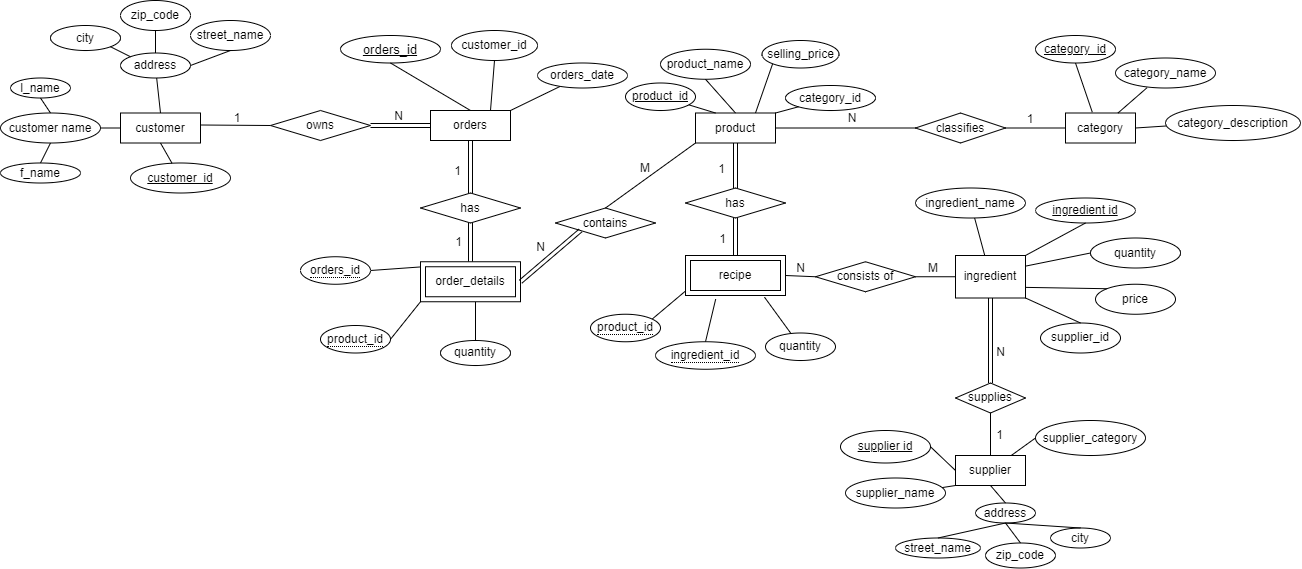
This is Docs/ERM Diagramm.png from DHBW-Database-Project/Project-Smoothies, a draw.io export, as it was before one commit. Source tidied: cells renumbered, new cells last; positions are measured from the earlier drawing's top-left corner, leaving out a move shared by most shapes.
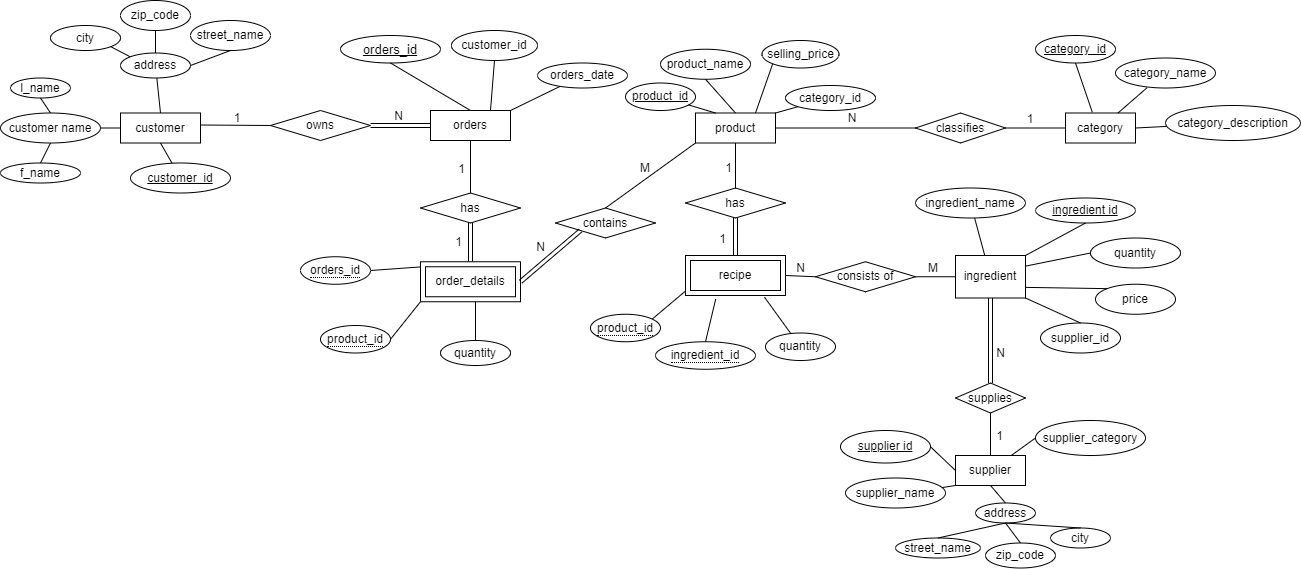
After the change.

Commit message:
adjust er diagram

Change to the diagram source:
```diff
@@ -307,14 +307,6 @@
     <mxCell id="96" value="contains" style="shape=rhombus;perimeter=rhombusPerimeter;whiteSpace=wrap;html=1;align=center;" parent="1" vertex="1">
       <mxGeometry x="555" y="207.5" width="100" height="30" as="geometry" />
     </mxCell>
-    <mxCell id="97" style="shape=link;html=1;rounded=0;entryX=0.5;entryY=1;entryDx=0;entryDy=0;exitX=0.5;exitY=0;exitDx=0;exitDy=0;" parent="1" edge="1" source="95" target="12">
-      <mxGeometry relative="1" as="geometry" />
-    </mxCell>
-    <mxCell id="98" value="1" style="html=1;align=right;verticalAlign=bottom;" parent="97" vertex="1">
-      <mxGeometry x="1" relative="1" as="geometry">
-        <mxPoint x="-9" y="39" as="offset" />
-      </mxGeometry>
-    </mxCell>
     <mxCell id="99" style="shape=link;html=1;rounded=0;exitX=0.5;exitY=0;exitDx=0;exitDy=0;entryX=0.5;entryY=1;entryDx=0;entryDy=0;" parent="1" edge="1" source="116" target="95">
       <mxGeometry relative="1" as="geometry" />
     </mxCell>
@@ -332,14 +324,6 @@
     <mxCell id="103" value="has" style="shape=rhombus;perimeter=rhombusPerimeter;whiteSpace=wrap;html=1;align=center;" parent="1" vertex="1">
       <mxGeometry x="685" y="187.5" width="100" height="30" as="geometry" />
     </mxCell>
-    <mxCell id="104" style="shape=link;html=1;rounded=0;entryX=0.5;entryY=1;entryDx=0;entryDy=0;" parent="1" edge="1" source="103" target="17">
-      <mxGeometry relative="1" as="geometry" />
-    </mxCell>
-    <mxCell id="105" value="1" style="html=1;align=right;verticalAlign=bottom;" parent="104" vertex="1">
-      <mxGeometry x="1" relative="1" as="geometry">
-        <mxPoint x="-10" y="35" as="offset" />
-      </mxGeometry>
-    </mxCell>
     <mxCell id="106" style="shape=link;html=1;rounded=0;exitX=0.5;exitY=0;exitDx=0;exitDy=0;entryX=0.5;entryY=1;entryDx=0;entryDy=0;" parent="1" edge="1" source="117" target="103">
       <mxGeometry relative="1" as="geometry" />
     </mxCell>
@@ -390,5 +374,21 @@
         <mxPoint x="-35" y="25" as="offset" />
       </mxGeometry>
     </mxCell>
+    <mxCell id="97" style="endArrow=none;html=1;rounded=0;exitX=0.5;exitY=0;exitDx=0;exitDy=0;entryX=0.5;entryY=1;entryDx=0;entryDy=0;" parent="1" edge="1" source="95" target="12">
+      <mxGeometry relative="1" as="geometry" />
+    </mxCell>
+    <mxCell id="120" value="1" style="html=1;align=right;verticalAlign=bottom;" parent="97" vertex="1">
+      <mxGeometry x="1" relative="1" as="geometry">
+        <mxPoint x="-5" y="37" as="offset" />
+      </mxGeometry>
+    </mxCell>
+    <mxCell id="104" style="endArrow=none;html=1;rounded=0;exitX=0.5;exitY=0;exitDx=0;exitDy=0;entryX=0.5;entryY=1;entryDx=0;entryDy=0;" parent="1" edge="1" source="103" target="17">
+      <mxGeometry relative="1" as="geometry" />
+    </mxCell>
+    <mxCell id="121" value="1" style="html=1;align=right;verticalAlign=bottom;" parent="104" vertex="1">
+      <mxGeometry x="1" relative="1" as="geometry">
+        <mxPoint x="-3" y="33" as="offset" />
+      </mxGeometry>
+    </mxCell>
   </root>
 </mxGraphModel>
```
